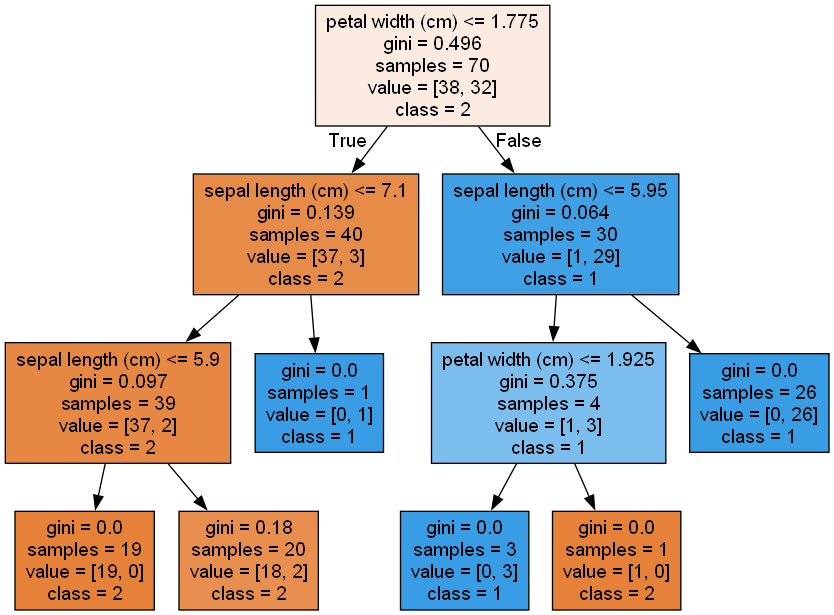
Before: 机器学习_Machine_Learning/Decision Tree_决策树/Iris_tree_d3.png, a diagram exported from Graphviz (Magicboy-Zhang/Social_Media). Its source is kept beside it as 机器学习_Machine_Learning/Decision Tree_决策树/Iris_tree_d3.dot. Source of this version:
```dot
digraph Tree {
node [shape=box, style="filled", color="black", fontname="helvetica"] ;
edge [fontname="helvetica"] ;
0 [label="petal width (cm) <= 1.775\ngini = 0.496\nsamples = 70\nvalue = [38, 32]\nclass = 2", fillcolor="#fbebe0"] ;
1 [label="sepal length (cm) <= 7.1\ngini = 0.139\nsamples = 40\nvalue = [37, 3]\nclass = 2", fillcolor="#e78b49"] ;
0 -> 1 [labeldistance=2.5, labelangle=45, headlabel="True"] ;
2 [label="sepal length (cm) <= 5.9\ngini = 0.097\nsamples = 39\nvalue = [37, 2]\nclass = 2", fillcolor="#e68844"] ;
1 -> 2 ;
3 [label="gini = 0.0\nsamples = 19\nvalue = [19, 0]\nclass = 2", fillcolor="#e58139"] ;
2 -> 3 ;
4 [label="gini = 0.18\nsamples = 20\nvalue = [18, 2]\nclass = 2", fillcolor="#e88f4f"] ;
2 -> 4 ;
5 [label="gini = 0.0\nsamples = 1\nvalue = [0, 1]\nclass = 1", fillcolor="#399de5"] ;
1 -> 5 ;
6 [label="sepal length (cm) <= 5.95\ngini = 0.064\nsamples = 30\nvalue = [1, 29]\nclass = 1", fillcolor="#40a0e6"] ;
0 -> 6 [labeldistance=2.5, labelangle=-45, headlabel="False"] ;
7 [label="petal width (cm) <= 1.925\ngini = 0.375\nsamples = 4\nvalue = [1, 3]\nclass = 1", fillcolor="#7bbeee"] ;
6 -> 7 ;
8 [label="gini = 0.0\nsamples = 3\nvalue = [0, 3]\nclass = 1", fillcolor="#399de5"] ;
7 -> 8 ;
9 [label="gini = 0.0\nsamples = 1\nvalue = [1, 0]\nclass = 2", fillcolor="#e58139"] ;
7 -> 9 ;
10 [label="gini = 0.0\nsamples = 26\nvalue = [0, 26]\nclass = 1", fillcolor="#399de5"] ;
6 -> 10 ;
}
```
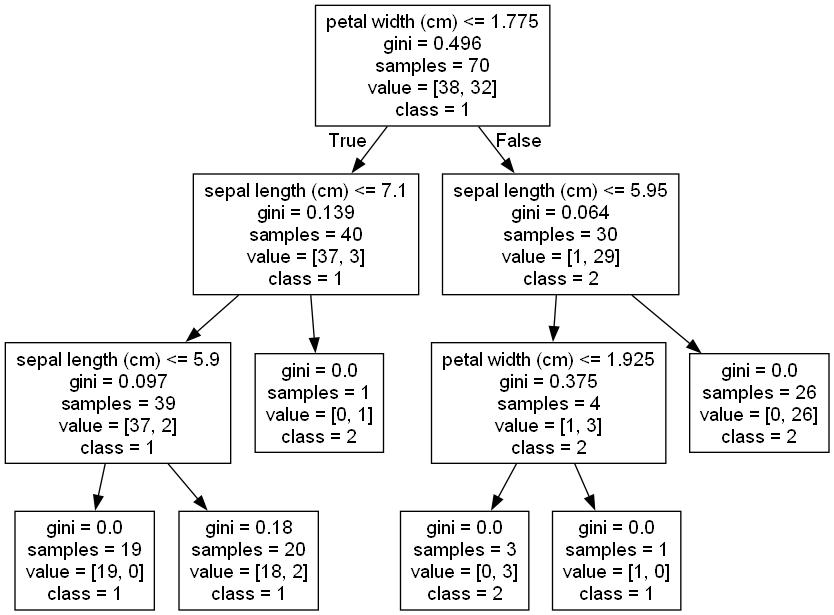
After the change.

The edit, as a diff of the source:
```diff
@@ -1,25 +1,25 @@
 digraph Tree {
-node [shape=box, style="filled", color="black", fontname="helvetica"] ;
+node [shape=box, fontname="helvetica"] ;
 edge [fontname="helvetica"] ;
-0 [label="petal width (cm) <= 1.775\ngini = 0.496\nsamples = 70\nvalue = [38, 32]\nclass = 2", fillcolor="#fbebe0"] ;
-1 [label="sepal length (cm) <= 7.1\ngini = 0.139\nsamples = 40\nvalue = [37, 3]\nclass = 2", fillcolor="#e78b49"] ;
+0 [label="petal width (cm) <= 1.775\ngini = 0.496\nsamples = 70\nvalue = [38, 32]\nclass = 1"] ;
+1 [label="sepal length (cm) <= 7.1\ngini = 0.139\nsamples = 40\nvalue = [37, 3]\nclass = 1"] ;
 0 -> 1 [labeldistance=2.5, labelangle=45, headlabel="True"] ;
-2 [label="sepal length (cm) <= 5.9\ngini = 0.097\nsamples = 39\nvalue = [37, 2]\nclass = 2", fillcolor="#e68844"] ;
+2 [label="sepal length (cm) <= 5.9\ngini = 0.097\nsamples = 39\nvalue = [37, 2]\nclass = 1"] ;
 1 -> 2 ;
-3 [label="gini = 0.0\nsamples = 19\nvalue = [19, 0]\nclass = 2", fillcolor="#e58139"] ;
+3 [label="gini = 0.0\nsamples = 19\nvalue = [19, 0]\nclass = 1"] ;
 2 -> 3 ;
-4 [label="gini = 0.18\nsamples = 20\nvalue = [18, 2]\nclass = 2", fillcolor="#e88f4f"] ;
+4 [label="gini = 0.18\nsamples = 20\nvalue = [18, 2]\nclass = 1"] ;
 2 -> 4 ;
-5 [label="gini = 0.0\nsamples = 1\nvalue = [0, 1]\nclass = 1", fillcolor="#399de5"] ;
+5 [label="gini = 0.0\nsamples = 1\nvalue = [0, 1]\nclass = 2"] ;
 1 -> 5 ;
-6 [label="sepal length (cm) <= 5.95\ngini = 0.064\nsamples = 30\nvalue = [1, 29]\nclass = 1", fillcolor="#40a0e6"] ;
+6 [label="sepal length (cm) <= 5.95\ngini = 0.064\nsamples = 30\nvalue = [1, 29]\nclass = 2"] ;
 0 -> 6 [labeldistance=2.5, labelangle=-45, headlabel="False"] ;
-7 [label="petal width (cm) <= 1.925\ngini = 0.375\nsamples = 4\nvalue = [1, 3]\nclass = 1", fillcolor="#7bbeee"] ;
+7 [label="petal width (cm) <= 1.925\ngini = 0.375\nsamples = 4\nvalue = [1, 3]\nclass = 2"] ;
 6 -> 7 ;
-8 [label="gini = 0.0\nsamples = 3\nvalue = [0, 3]\nclass = 1", fillcolor="#399de5"] ;
+8 [label="gini = 0.0\nsamples = 3\nvalue = [0, 3]\nclass = 2"] ;
 7 -> 8 ;
-9 [label="gini = 0.0\nsamples = 1\nvalue = [1, 0]\nclass = 2", fillcolor="#e58139"] ;
+9 [label="gini = 0.0\nsamples = 1\nvalue = [1, 0]\nclass = 1"] ;
 7 -> 9 ;
-10 [label="gini = 0.0\nsamples = 26\nvalue = [0, 26]\nclass = 1", fillcolor="#399de5"] ;
+10 [label="gini = 0.0\nsamples = 26\nvalue = [0, 26]\nclass = 2"] ;
 6 -> 10 ;
 }
```
